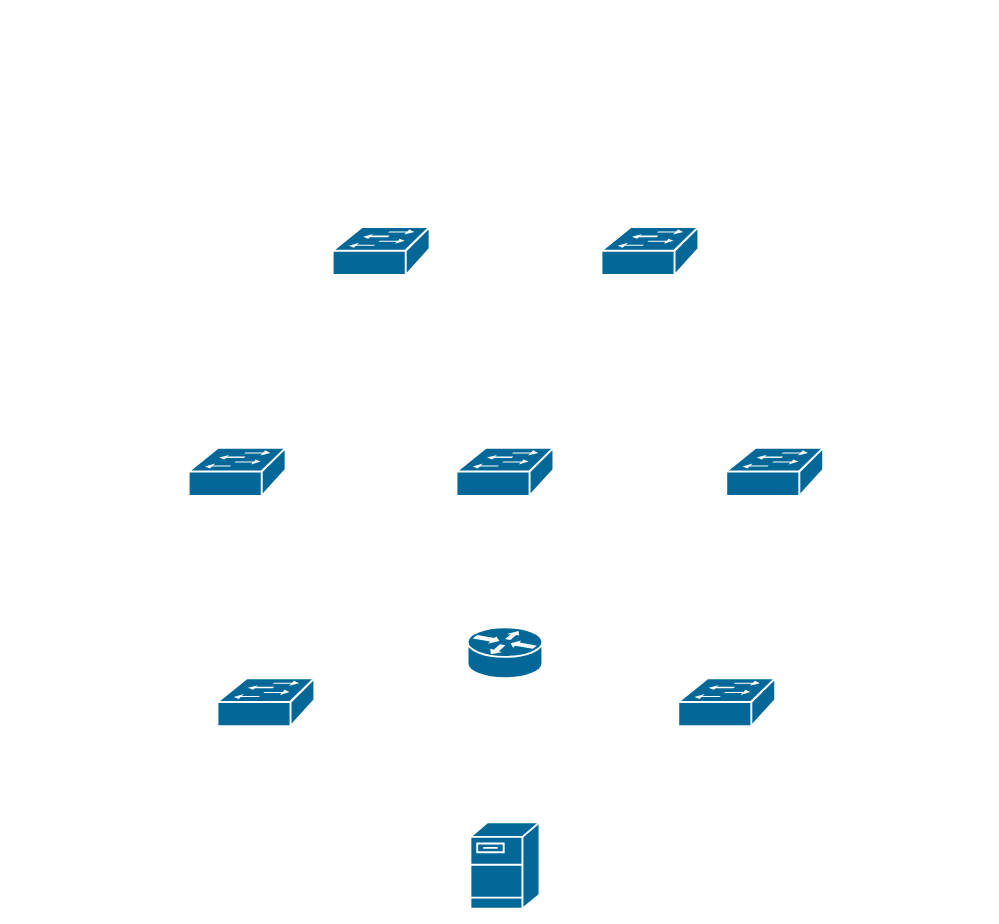
Above: L1 схема.drawio in dibovdmitry/CETU_Diagrams (draw.io), before the change. Source tidied: cells renumbered, new cells numbered last; positions are measured from the earlier drawing's top-left corner, leaving out a move shared by most shapes. Both pictures are drawn from the tidied source at 96%, with x=0, y=0 at pixel (188, 227).
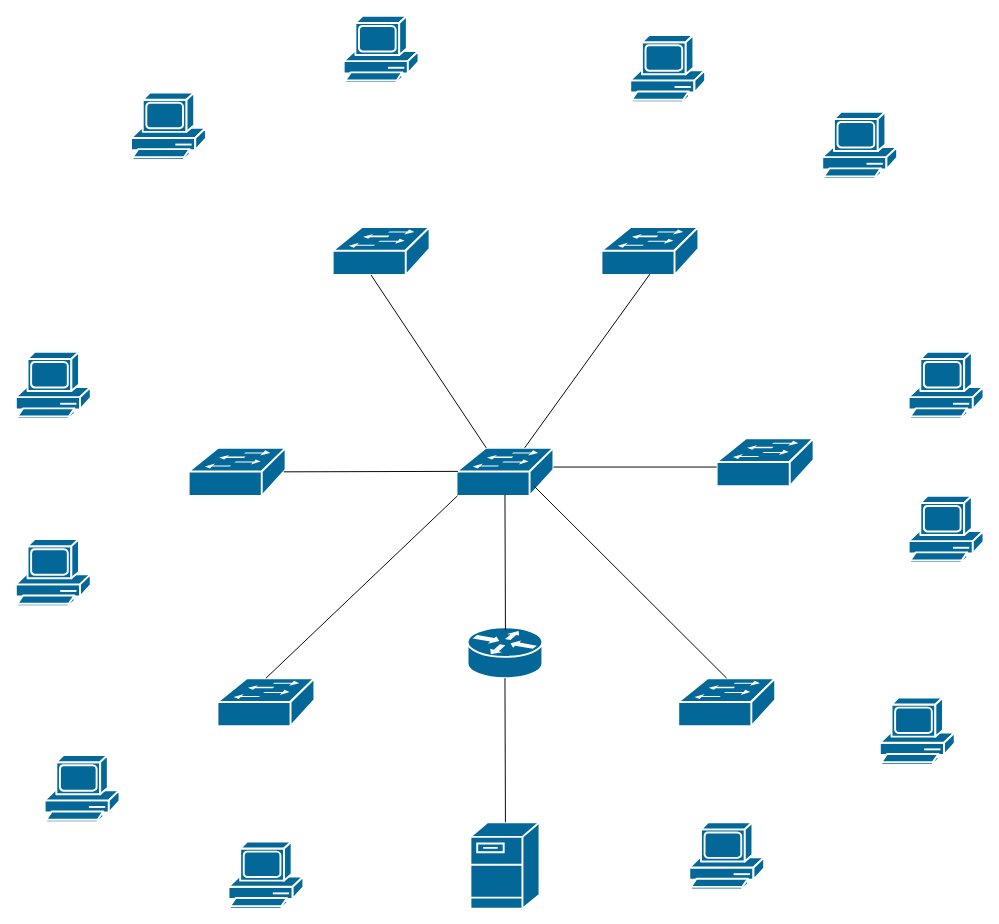
After the change.

The change refers to these unchanged cells:
```xml
<mxCell id="2" style="shape=mxgraph.cisco.routers.router;sketch=0;html=1;dashed=0;fillColor=#036897;strokeColor=#ffffff;strokeWidth=2;verticalLabelPosition=bottom;verticalAlign=top;align=center;outlineConnect=0;" parent="1" vertex="1">
  <mxGeometry x="290.5" y="417" width="78" height="53" as="geometry" />
</mxCell>
<mxCell id="4" style="shape=mxgraph.cisco.switches.workgroup_switch;sketch=0;html=1;dashed=0;fillColor=#036897;strokeColor=#ffffff;strokeWidth=2;verticalLabelPosition=bottom;verticalAlign=top;align=center;outlineConnect=0;" parent="1" vertex="1">
  <mxGeometry x="279" y="230" width="101" height="50" as="geometry" />
</mxCell>
<mxCell id="5" style="shape=mxgraph.cisco.switches.workgroup_switch;sketch=0;html=1;dashed=0;fillColor=#036897;strokeColor=#ffffff;strokeWidth=2;verticalLabelPosition=bottom;verticalAlign=top;align=center;outlineConnect=0;" parent="1" vertex="1">
  <mxGeometry x="150" width="101" height="50" as="geometry" />
</mxCell>
<mxCell id="6" style="shape=mxgraph.cisco.switches.workgroup_switch;sketch=0;html=1;dashed=0;fillColor=#036897;strokeColor=#ffffff;strokeWidth=2;verticalLabelPosition=bottom;verticalAlign=top;align=center;outlineConnect=0;" parent="1" vertex="1">
  <mxGeometry x="430" width="101" height="50" as="geometry" />
</mxCell>
<mxCell id="7" style="shape=mxgraph.cisco.switches.workgroup_switch;sketch=0;html=1;dashed=0;fillColor=#036897;strokeColor=#ffffff;strokeWidth=2;verticalLabelPosition=bottom;verticalAlign=top;align=center;outlineConnect=0;" parent="1" vertex="1">
  <mxGeometry y="230" width="101" height="50" as="geometry" />
</mxCell>
<mxCell id="9" style="shape=mxgraph.cisco.switches.workgroup_switch;sketch=0;html=1;dashed=0;fillColor=#036897;strokeColor=#ffffff;strokeWidth=2;verticalLabelPosition=bottom;verticalAlign=top;align=center;outlineConnect=0;" parent="1" vertex="1">
  <mxGeometry x="30" y="470" width="101" height="50" as="geometry" />
</mxCell>
<mxCell id="10" style="shape=mxgraph.cisco.switches.workgroup_switch;sketch=0;html=1;dashed=0;fillColor=#036897;strokeColor=#ffffff;strokeWidth=2;verticalLabelPosition=bottom;verticalAlign=top;align=center;outlineConnect=0;" parent="1" vertex="1">
  <mxGeometry x="510" y="470" width="101" height="50" as="geometry" />
</mxCell>
```

What changed in the source:
```diff
@@
     <mxCell id="8" style="shape=mxgraph.cisco.switches.workgroup_switch;sketch=0;html=1;dashed=0;fillColor=#036897;strokeColor=#ffffff;strokeWidth=2;verticalLabelPosition=bottom;verticalAlign=top;align=center;" parent="1" vertex="1">
-      <mxGeometry x="560" y="230" width="101" height="50" as="geometry" />
+      <mxGeometry x="550" y="220" width="101" height="50" as="geometry" />
     </mxCell>
@@
+    <mxCell id="11" style="endArrow=none;html=1;rounded=0;entryX=0.5;entryY=1;entryDx=0;entryDy=0;entryPerimeter=0;" parent="1" edge="1" target="2">
+      <mxGeometry relative="1" as="geometry">
+        <mxPoint x="330" y="620" as="sourcePoint" />
+      </mxGeometry>
+    </mxCell>
+    <mxCell id="12" style="endArrow=none;html=1;rounded=0;entryX=0.5;entryY=0.98;entryDx=0;entryDy=0;entryPerimeter=0;" parent="1" edge="1" target="4">
+      <mxGeometry relative="1" as="geometry">
+        <mxPoint x="330" y="420" as="sourcePoint" />
+      </mxGeometry>
+    </mxCell>
+    <mxCell id="13" style="endArrow=none;html=1;rounded=0;exitX=0.5;exitY=0;exitDx=0;exitDy=0;exitPerimeter=0;" parent="1" edge="1" source="9">
+      <mxGeometry relative="1" as="geometry">
+        <mxPoint x="280" y="280" as="targetPoint" />
+      </mxGeometry>
+    </mxCell>
+    <mxCell id="14" style="endArrow=none;html=1;rounded=0;entryX=0.5;entryY=0;entryDx=0;entryDy=0;entryPerimeter=0;" parent="1" edge="1" target="10">
+      <mxGeometry relative="1" as="geometry">
+        <mxPoint x="360" y="270" as="sourcePoint" />
+      </mxGeometry>
+    </mxCell>
+    <mxCell id="15" style="endArrow=none;html=1;rounded=0;exitX=0.98;exitY=0.5;exitDx=0;exitDy=0;exitPerimeter=0;" parent="1" edge="1" source="7">
+      <mxGeometry relative="1" as="geometry">
+        <mxPoint x="280.5" y="254.5" as="targetPoint" />
+      </mxGeometry>
+    </mxCell>
+    <mxCell id="16" style="endArrow=none;html=1;rounded=0;" parent="1" edge="1">
+      <mxGeometry relative="1" as="geometry">
+        <mxPoint x="380" y="250" as="sourcePoint" />
+        <mxPoint x="550" y="250" as="targetPoint" />
+      </mxGeometry>
+    </mxCell>
+    <mxCell id="17" style="endArrow=none;html=1;rounded=0;entryX=0.396;entryY=1;entryDx=0;entryDy=0;entryPerimeter=0;" parent="1" edge="1" target="5">
+      <mxGeometry relative="1" as="geometry">
+        <mxPoint x="310" y="230" as="sourcePoint" />
+      </mxGeometry>
+    </mxCell>
+    <mxCell id="18" style="endArrow=none;html=1;rounded=0;entryX=0.5;entryY=0.98;entryDx=0;entryDy=0;entryPerimeter=0;" parent="1" edge="1" target="6">
+      <mxGeometry relative="1" as="geometry">
+        <mxPoint x="350" y="230" as="sourcePoint" />
+      </mxGeometry>
+    </mxCell>
+    <mxCell id="19" style="shape=mxgraph.cisco.computers_and_peripherals.pc;sketch=0;html=1;dashed=0;fillColor=#036897;strokeColor=#ffffff;strokeWidth=2;verticalLabelPosition=bottom;verticalAlign=top;align=center;" parent="1" vertex="1">
+      <mxGeometry x="-60" y="-140" width="78" height="70" as="geometry" />
+    </mxCell>
+    <mxCell id="20" style="shape=mxgraph.cisco.computers_and_peripherals.pc;sketch=0;html=1;dashed=0;fillColor=#036897;strokeColor=#ffffff;strokeWidth=2;verticalLabelPosition=bottom;verticalAlign=top;align=center;" parent="1" vertex="1">
+      <mxGeometry x="161.5" y="-220" width="78" height="70" as="geometry" />
+    </mxCell>
+    <mxCell id="21" style="shape=mxgraph.cisco.computers_and_peripherals.pc;sketch=0;html=1;dashed=0;fillColor=#036897;strokeColor=#ffffff;strokeWidth=2;verticalLabelPosition=bottom;verticalAlign=top;align=center;" parent="1" vertex="1">
+      <mxGeometry x="460" y="-200" width="78" height="70" as="geometry" />
+    </mxCell>
+    <mxCell id="22" style="shape=mxgraph.cisco.computers_and_peripherals.pc;sketch=0;html=1;dashed=0;fillColor=#036897;strokeColor=#ffffff;strokeWidth=2;verticalLabelPosition=bottom;verticalAlign=top;align=center;" parent="1" vertex="1">
+      <mxGeometry x="660" y="-120" width="78" height="70" as="geometry" />
+    </mxCell>
+    <mxCell id="23" style="shape=mxgraph.cisco.computers_and_peripherals.pc;sketch=0;html=1;dashed=0;fillColor=#036897;strokeColor=#ffffff;strokeWidth=2;verticalLabelPosition=bottom;verticalAlign=top;align=center;" parent="1" vertex="1">
+      <mxGeometry x="-150" y="550" width="78" height="70" as="geometry" />
+    </mxCell>
+    <mxCell id="24" style="shape=mxgraph.cisco.computers_and_peripherals.pc;sketch=0;html=1;dashed=0;fillColor=#036897;strokeColor=#ffffff;strokeWidth=2;verticalLabelPosition=bottom;verticalAlign=top;align=center;" parent="1" vertex="1">
+      <mxGeometry x="41.5" y="640" width="78" height="70" as="geometry" />
+    </mxCell>
+    <mxCell id="25" style="shape=mxgraph.cisco.computers_and_peripherals.pc;sketch=0;html=1;dashed=0;fillColor=#036897;strokeColor=#ffffff;strokeWidth=2;verticalLabelPosition=bottom;verticalAlign=top;align=center;" parent="1" vertex="1">
+      <mxGeometry x="521.5" y="620" width="78" height="70" as="geometry" />
+    </mxCell>
+    <mxCell id="26" style="shape=mxgraph.cisco.computers_and_peripherals.pc;sketch=0;html=1;dashed=0;fillColor=#036897;strokeColor=#ffffff;strokeWidth=2;verticalLabelPosition=bottom;verticalAlign=top;align=center;" parent="1" vertex="1">
+      <mxGeometry x="720" y="490" width="78" height="70" as="geometry" />
+    </mxCell>
+    <mxCell id="27" style="shape=mxgraph.cisco.computers_and_peripherals.pc;sketch=0;html=1;dashed=0;fillColor=#036897;strokeColor=#ffffff;strokeWidth=2;verticalLabelPosition=bottom;verticalAlign=top;align=center;" parent="1" vertex="1">
+      <mxGeometry x="-180" y="130" width="78" height="70" as="geometry" />
+    </mxCell>
+    <mxCell id="28" style="shape=mxgraph.cisco.computers_and_peripherals.pc;sketch=0;html=1;dashed=0;fillColor=#036897;strokeColor=#ffffff;strokeWidth=2;verticalLabelPosition=bottom;verticalAlign=top;align=center;" parent="1" vertex="1">
+      <mxGeometry x="-180" y="325" width="78" height="70" as="geometry" />
+    </mxCell>
+    <mxCell id="29" style="shape=mxgraph.cisco.computers_and_peripherals.pc;sketch=0;html=1;dashed=0;fillColor=#036897;strokeColor=#ffffff;strokeWidth=2;verticalLabelPosition=bottom;verticalAlign=top;align=center;" parent="1" vertex="1">
+      <mxGeometry x="750" y="130" width="78" height="70" as="geometry" />
+    </mxCell>
+    <mxCell id="30" style="shape=mxgraph.cisco.computers_and_peripherals.pc;sketch=0;html=1;dashed=0;fillColor=#036897;strokeColor=#ffffff;strokeWidth=2;verticalLabelPosition=bottom;verticalAlign=top;align=center;" parent="1" vertex="1">
+      <mxGeometry x="750" y="280" width="78" height="70" as="geometry" />
+    </mxCell>
```
